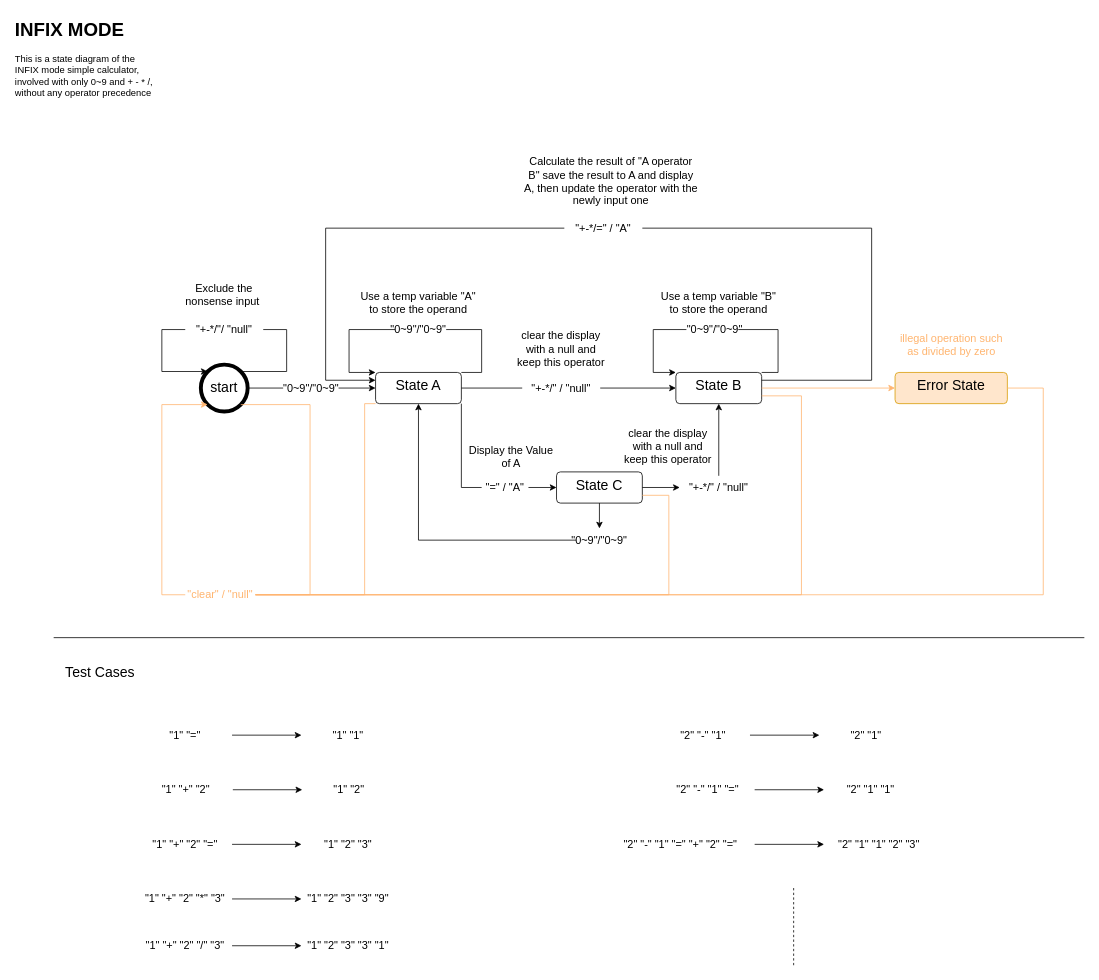
dcheng69/Simple_Calculator keeps this draw.io diagram as page "INFIX" (1 of 2) of res/calculator_state_diagram.drawio. Above is the earlier version. Source tidied: cells renumbered, new cells numbered last; positions are measured from the earlier drawing's top-left corner, leaving out a move shared by most shapes. Both pictures are drawn from the tidied source at 78%, with x=0, y=0 at pixel (13, 13).
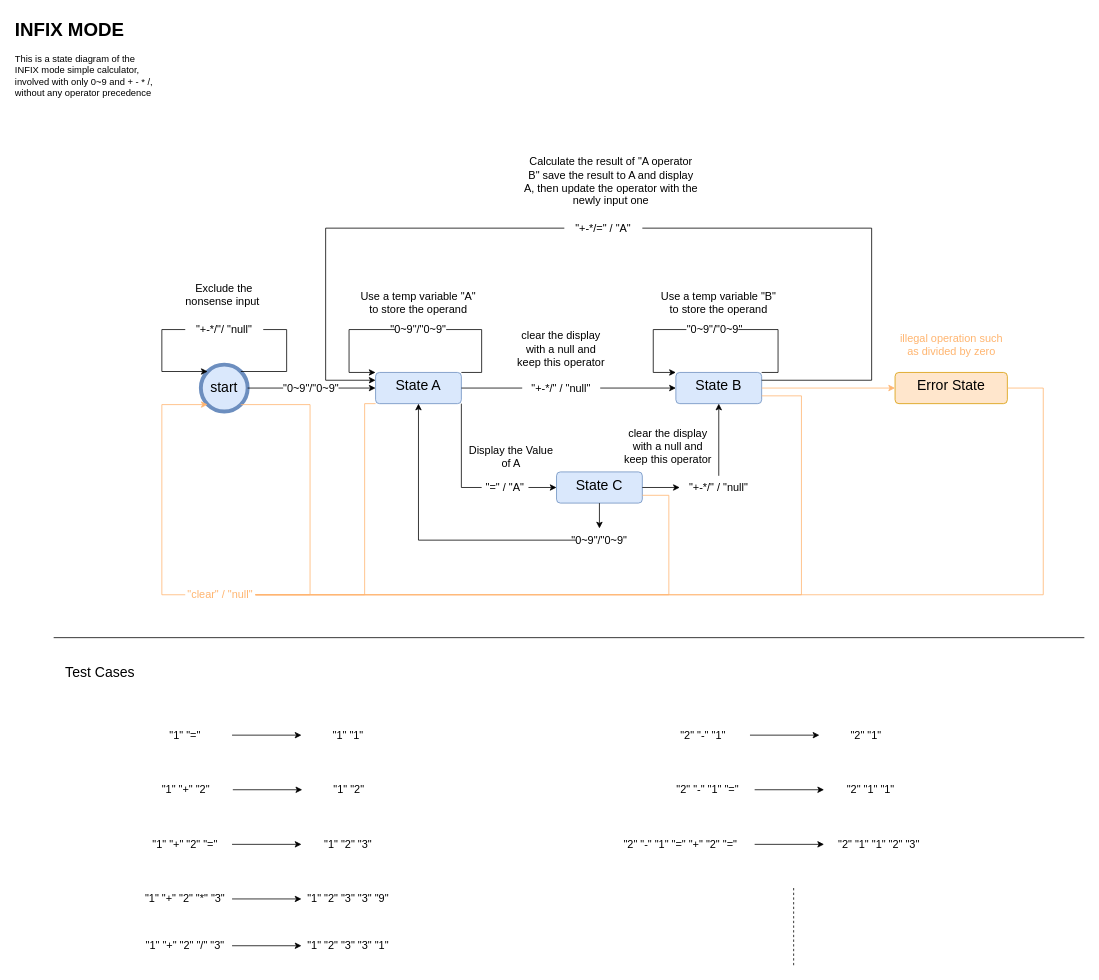
After the change.

Commit message (it also covers changes not shown here):
Modify the INFIX mode state diagram

[Ticket: INFIX state diagram]

[body]
1. Modify the INFIX mode state diagram

[test]
none

Change to the diagram source:
```diff
@@
-    <mxCell id="3" value="&lt;font style=&quot;font-size: 18px;&quot;&gt;start&lt;/font&gt;" style="shape=ellipse;html=1;dashed=0;whiteSpace=wrap;strokeWidth=5;perimeter=ellipsePerimeter;" parent="1" vertex="1">
+    <mxCell id="3" value="&lt;font style=&quot;font-size: 18px;&quot;&gt;start&lt;/font&gt;" style="shape=ellipse;html=1;dashed=0;whiteSpace=wrap;strokeWidth=5;perimeter=ellipsePerimeter;fillColor=#dae8fc;strokeColor=#6c8ebf;" parent="1" vertex="1">
       <mxGeometry x="240" y="450" width="60" height="60" as="geometry" />
     </mxCell>
-    <mxCell id="4" value="&lt;font style=&quot;font-size: 18px;&quot;&gt;State A&lt;/font&gt;" style="html=1;align=center;verticalAlign=top;rounded=1;absoluteArcSize=1;arcSize=10;dashed=0;whiteSpace=wrap;" parent="1" vertex="1">
+    <mxCell id="4" value="&lt;font style=&quot;font-size: 18px;&quot;&gt;State A&lt;/font&gt;" style="html=1;align=center;verticalAlign=top;rounded=1;absoluteArcSize=1;arcSize=10;dashed=0;whiteSpace=wrap;fillColor=#dae8fc;strokeColor=#6c8ebf;" parent="1" vertex="1">
       <mxGeometry x="464" y="460" width="110" height="40" as="geometry" />
     </mxCell>
@@
-    <mxCell id="48" value="&lt;font style=&quot;font-size: 18px;&quot;&gt;State B&lt;/font&gt;" style="html=1;align=center;verticalAlign=top;rounded=1;absoluteArcSize=1;arcSize=10;dashed=0;whiteSpace=wrap;" parent="1" vertex="1">
+    <mxCell id="48" value="&lt;font style=&quot;font-size: 18px;&quot;&gt;State B&lt;/font&gt;" style="html=1;align=center;verticalAlign=top;rounded=1;absoluteArcSize=1;arcSize=10;dashed=0;whiteSpace=wrap;fillColor=#dae8fc;strokeColor=#6c8ebf;" parent="1" vertex="1">
       <mxGeometry x="849" y="460" width="110" height="40" as="geometry" />
     </mxCell>
@@
-    <mxCell id="56" value="&lt;font style=&quot;font-size: 18px;&quot;&gt;State C&lt;/font&gt;" style="html=1;align=center;verticalAlign=top;rounded=1;absoluteArcSize=1;arcSize=10;dashed=0;whiteSpace=wrap;" parent="1" vertex="1">
+    <mxCell id="56" value="&lt;font style=&quot;font-size: 18px;&quot;&gt;State C&lt;/font&gt;" style="html=1;align=center;verticalAlign=top;rounded=1;absoluteArcSize=1;arcSize=10;dashed=0;whiteSpace=wrap;fillColor=#dae8fc;strokeColor=#6c8ebf;" parent="1" vertex="1">
       <mxGeometry x="696" y="587.5" width="110" height="40" as="geometry" />
     </mxCell>
```
